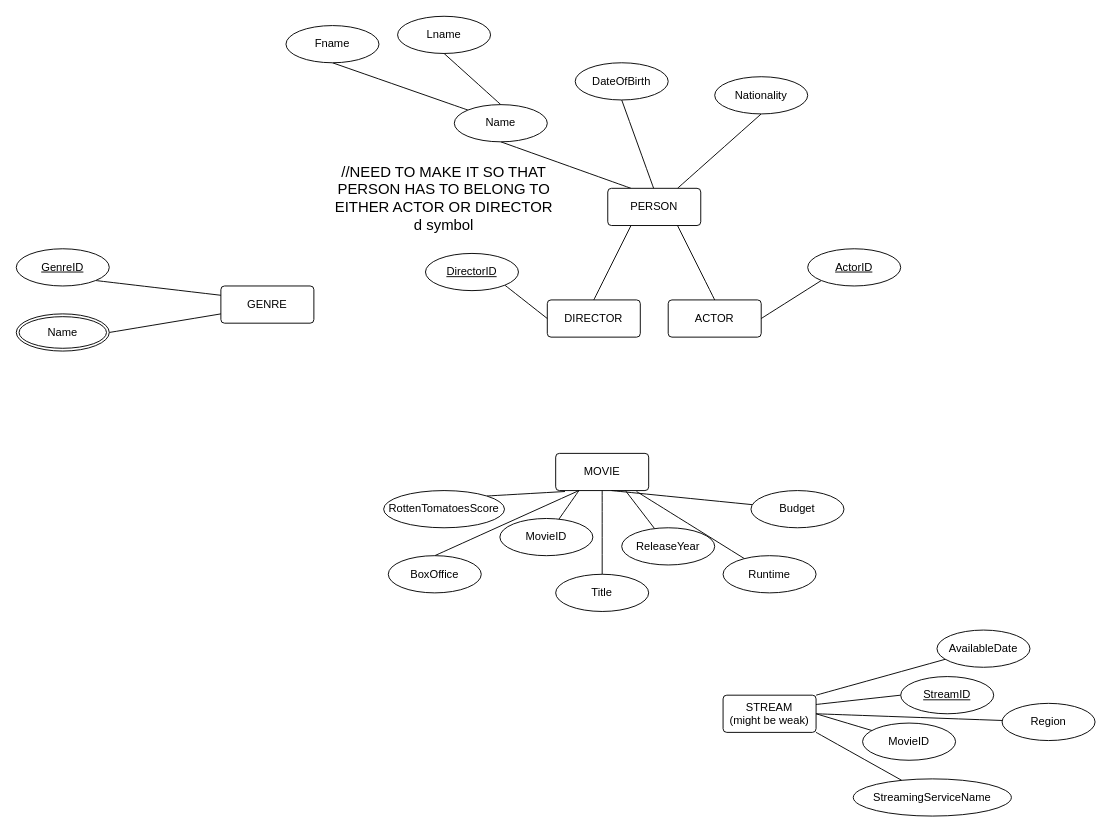
Before: MovieBaseEER.drawio in miguelTrC/MovieBaseDB, a draw.io diagram. Source tidied: cells renumbered, new cells numbered last; positions are measured from the earlier drawing's top-left corner, leaving out a move shared by most shapes. Both pictures are drawn from the tidied source at 93%, with x=0, y=0 at pixel (16, 16).
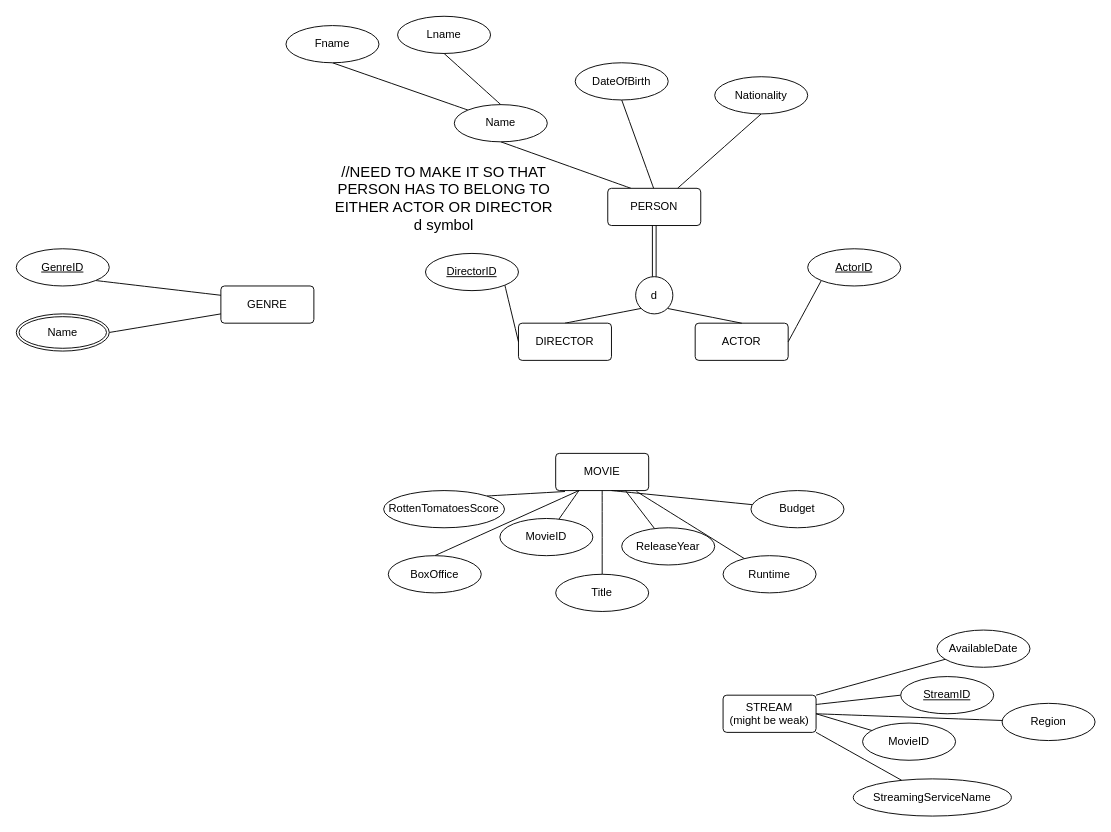
After the change.

Commit message:
Working on specilization

The change refers to these unchanged cells:
```xml
<mxCell id="11" value="PERSON" style="rounded=1;arcSize=10;whiteSpace=wrap;html=1;align=center;" parent="1" vertex="1">
  <mxGeometry x="636" y="185" width="100" height="40" as="geometry" />
</mxCell>
```

The edit, as a diff of the source:
```diff
@@
-    <mxCell id="8" style="endArrow=none;html=1;rounded=0;fontSize=12;startSize=8;endSize=8;curved=1;exitX=0.5;exitY=0;exitDx=0;exitDy=0;entryX=0.25;entryY=1;entryDx=0;entryDy=0;" parent="1" edge="1" source="10" target="11">
+    <mxCell id="8" style="endArrow=none;html=1;rounded=0;fontSize=12;startSize=8;endSize=8;curved=1;exitX=0.5;exitY=0;exitDx=0;exitDy=0;entryX=0;entryY=1;entryDx=0;entryDy=0;" parent="1" edge="1" source="10" target="53">
       <mxGeometry relative="1" as="geometry" />
     </mxCell>
     <mxCell id="9" value="ACTOR" style="rounded=1;arcSize=10;whiteSpace=wrap;html=1;align=center;" parent="1" vertex="1">
-      <mxGeometry x="701" y="305" width="100" height="40" as="geometry" />
+      <mxGeometry x="730" y="330" width="100" height="40" as="geometry" />
     </mxCell>
     <mxCell id="10" value="DIRECTOR" style="rounded=1;arcSize=10;whiteSpace=wrap;html=1;align=center;" parent="1" vertex="1">
-      <mxGeometry x="571" y="305" width="100" height="40" as="geometry" />
+      <mxGeometry x="540" y="330" width="100" height="40" as="geometry" />
     </mxCell>
@@
-    <mxCell id="20" style="endArrow=none;html=1;rounded=0;fontSize=12;startSize=8;endSize=8;curved=1;entryX=0.75;entryY=1;entryDx=0;entryDy=0;exitX=0.5;exitY=0;exitDx=0;exitDy=0;" parent="1" edge="1" source="9" target="11">
+    <mxCell id="20" style="endArrow=none;html=1;rounded=0;fontSize=12;startSize=8;endSize=8;curved=1;entryX=1;entryY=1;entryDx=0;entryDy=0;exitX=0.5;exitY=0;exitDx=0;exitDy=0;" parent="1" edge="1" source="9" target="53">
       <mxGeometry relative="1" as="geometry" />
     </mxCell>
@@
+    <mxCell id="53" value="d" style="ellipse;whiteSpace=wrap;html=1;" parent="1" vertex="1">
+      <mxGeometry x="666" y="280" width="40" height="40" as="geometry" />
+    </mxCell>
+    <mxCell id="54" style="shape=link;html=1;rounded=0;fontSize=12;startSize=8;endSize=8;curved=1;exitX=0.5;exitY=1;exitDx=0;exitDy=0;entryX=0.5;entryY=0;entryDx=0;entryDy=0;" parent="1" edge="1" source="11" target="53">
+      <mxGeometry relative="1" as="geometry" />
+    </mxCell>
+    <mxCell id="55" style="html=1;whiteSpace=wrap;align=right;verticalAlign=bottom;" parent="54" vertex="1">
+      <mxGeometry x="1" relative="1" as="geometry" />
+    </mxCell>
```
